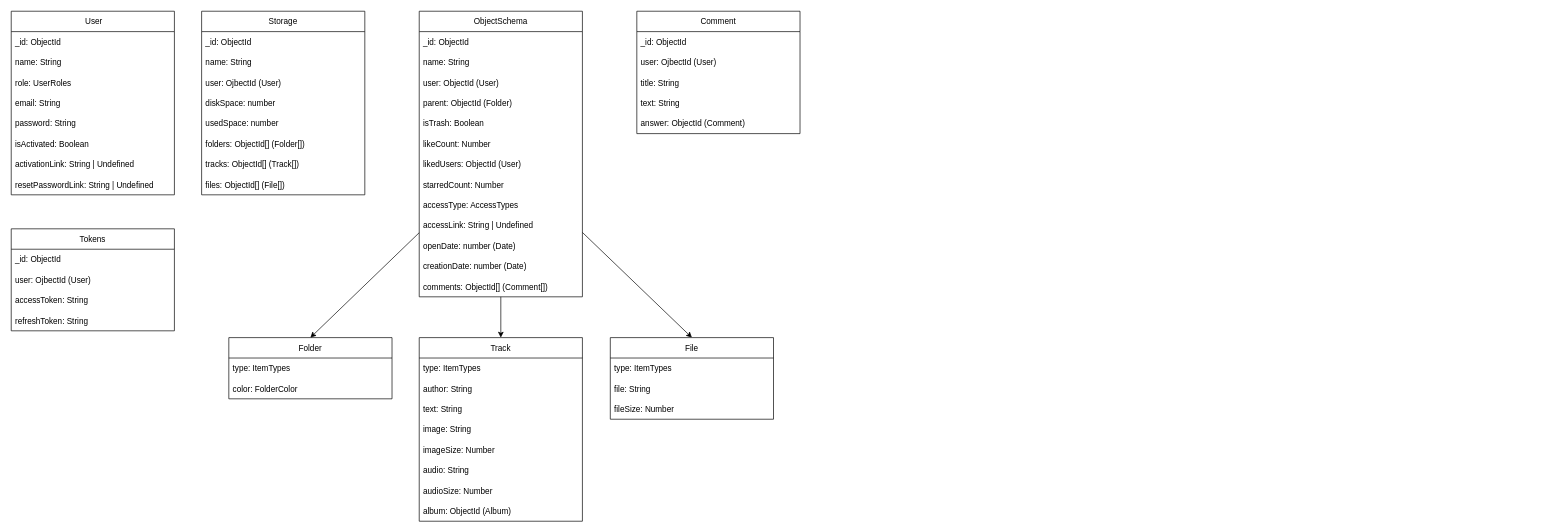
This is page "База данных" (2 of 2) of project.drawio from WheatleyCODE/storage-server, a draw.io file, before an edit. Source tidied: cells renumbered, new cells numbered last; positions are measured from the earlier drawing's top-left corner, leaving out a move shared by most shapes. Both pictures are drawn from the tidied source at 68%, with x=0, y=0 at pixel (11, 11).
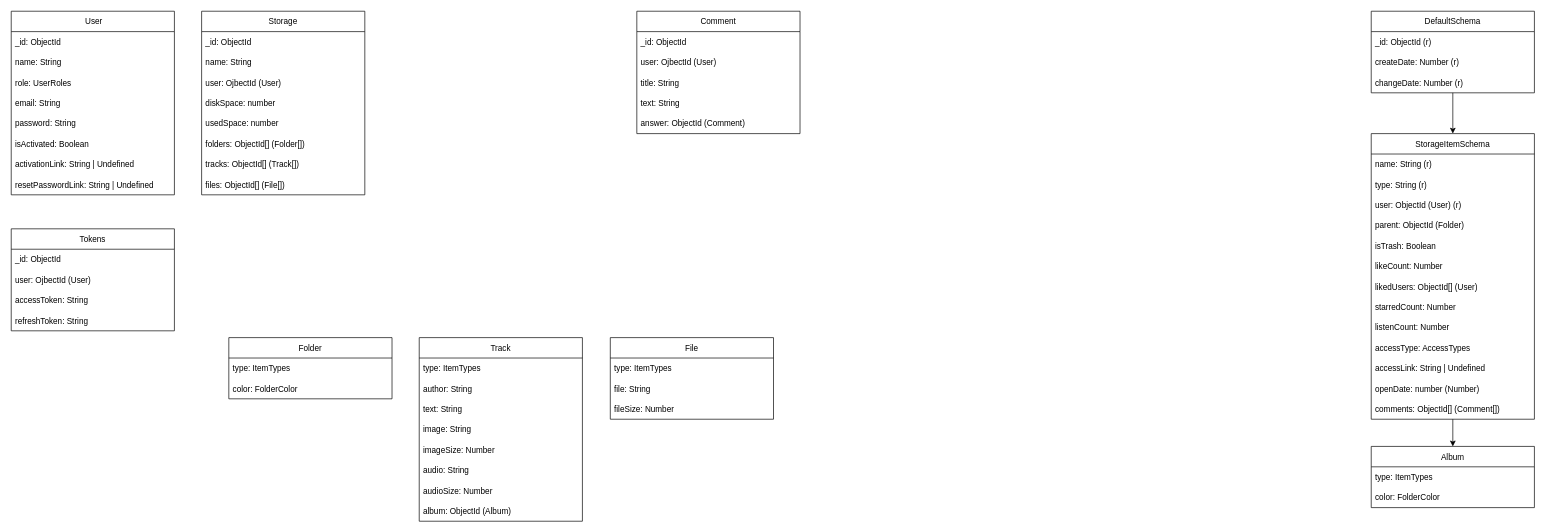
The same diagram, later.

The change refers to these unchanged cells:
```xml
<mxCell id="11" value="Folder" style="swimlane;fontStyle=0;horizontal=1;startSize=30;" parent="1" vertex="1">
  <mxGeometry x="320" y="480" width="240" height="90" as="geometry" />
</mxCell>
<mxCell id="45" value="Track" style="swimlane;fontStyle=0;horizontal=1;startSize=30;" parent="1" vertex="1">
  <mxGeometry x="600" y="480" width="240" height="270" as="geometry" />
</mxCell>
<mxCell id="54" value="File" style="swimlane;fontStyle=0;horizontal=1;startSize=30;" parent="1" vertex="1">
  <mxGeometry x="881" y="480" width="240" height="120" as="geometry" />
</mxCell>
```

What changed in the source:
```diff
@@
-    <mxCell id="28" style="edgeStyle=none;html=1;entryX=0.5;entryY=0;entryDx=0;entryDy=0;" parent="1" edge="1" source="31" target="45">
-      <mxGeometry relative="1" as="geometry" />
-    </mxCell>
-    <mxCell id="29" style="edgeStyle=none;html=1;entryX=0.5;entryY=0;entryDx=0;entryDy=0;" parent="1" edge="1" source="31" target="11">
-      <mxGeometry relative="1" as="geometry" />
-    </mxCell>
-    <mxCell id="30" style="edgeStyle=none;html=1;entryX=0.5;entryY=0;entryDx=0;entryDy=0;" parent="1" edge="1" source="31" target="54">
-      <mxGeometry relative="1" as="geometry" />
-    </mxCell>
+    <mxCell id="64" style="edgeStyle=none;html=1;entryX=0.5;entryY=0;entryDx=0;entryDy=0;" parent="1" edge="1" source="31" target="72">
+      <mxGeometry relative="1" as="geometry" />
+    </mxCell>
-    <mxCell id="31" value="ObjectSchema" style="swimlane;fontStyle=0;horizontal=1;startSize=30;" parent="1" vertex="1">
-      <mxGeometry x="600" width="240" height="420" as="geometry" />
+    <mxCell id="31" value="StorageItemSchema" style="swimlane;fontStyle=0;horizontal=1;startSize=30;" parent="1" vertex="1">
+      <mxGeometry x="2000" y="180" width="240" height="420" as="geometry" />
     </mxCell>
-    <mxCell id="32" value="_id: ObjectId" style="text;strokeColor=none;fillColor=none;align=left;verticalAlign=middle;spacingLeft=4;spacingRight=4;overflow=hidden;" parent="31" vertex="1">
-      <mxGeometry y="30" width="240" height="30" as="geometry" />
-    </mxCell>
-    <mxCell id="33" value="name: String" style="text;strokeColor=none;fillColor=none;align=left;verticalAlign=middle;spacingLeft=4;spacingRight=4;overflow=hidden;" parent="31" vertex="1">
-      <mxGeometry y="60" width="240" height="30" as="geometry" />
+    <mxCell id="33" value="name: String (r)" style="text;strokeColor=none;fillColor=none;align=left;verticalAlign=middle;spacingLeft=4;spacingRight=4;overflow=hidden;" parent="31" vertex="1">
+      <mxGeometry y="30" width="240" height="30" as="geometry" />
     </mxCell>
+    <mxCell id="65" value="type: String (r)" style="text;strokeColor=none;fillColor=none;align=left;verticalAlign=middle;spacingLeft=4;spacingRight=4;overflow=hidden;" parent="31" vertex="1">
+      <mxGeometry y="60" width="240" height="30" as="geometry" />
+    </mxCell>
-    <mxCell id="34" value="user: ObjectId (User)" style="text;strokeColor=none;fillColor=none;align=left;verticalAlign=middle;spacingLeft=4;spacingRight=4;overflow=hidden;" parent="31" vertex="1">
+    <mxCell id="34" value="user: ObjectId (User) (r)" style="text;strokeColor=none;fillColor=none;align=left;verticalAlign=middle;spacingLeft=4;spacingRight=4;overflow=hidden;" parent="31" vertex="1">
       <mxGeometry y="90" width="240" height="30" as="geometry" />
     </mxCell>
@@
-    <mxCell id="38" value="likedUsers: ObjectId (User)" style="text;strokeColor=none;fillColor=none;align=left;verticalAlign=middle;spacingLeft=4;spacingRight=4;overflow=hidden;" parent="31" vertex="1">
+    <mxCell id="38" value="likedUsers: ObjectId[] (User)" style="text;strokeColor=none;fillColor=none;align=left;verticalAlign=middle;spacingLeft=4;spacingRight=4;overflow=hidden;" parent="31" vertex="1">
       <mxGeometry y="210" width="240" height="30" as="geometry" />
     </mxCell>
@@
+    <mxCell id="66" value="listenCount: Number" style="text;strokeColor=none;fillColor=none;align=left;verticalAlign=middle;spacingLeft=4;spacingRight=4;overflow=hidden;" parent="31" vertex="1">
+      <mxGeometry y="270" width="240" height="30" as="geometry" />
+    </mxCell>
     <mxCell id="40" value="accessType: AccessTypes" style="text;strokeColor=none;fillColor=none;align=left;verticalAlign=middle;spacingLeft=4;spacingRight=4;overflow=hidden;" parent="31" vertex="1">
-      <mxGeometry y="270" width="240" height="30" as="geometry" />
+      <mxGeometry y="300" width="240" height="30" as="geometry" />
     </mxCell>
     <mxCell id="41" value="accessLink: String | Undefined" style="text;strokeColor=none;fillColor=none;align=left;verticalAlign=middle;spacingLeft=4;spacingRight=4;overflow=hidden;" parent="31" vertex="1">
-      <mxGeometry y="300" width="240" height="30" as="geometry" />
+      <mxGeometry y="330" width="240" height="30" as="geometry" />
     </mxCell>
-    <mxCell id="42" value="openDate: number (Date)" style="text;strokeColor=none;fillColor=none;align=left;verticalAlign=middle;spacingLeft=4;spacingRight=4;overflow=hidden;" parent="31" vertex="1">
-      <mxGeometry y="330" width="240" height="30" as="geometry" />
+    <mxCell id="42" value="openDate: number (Number)" style="text;strokeColor=none;fillColor=none;align=left;verticalAlign=middle;spacingLeft=4;spacingRight=4;overflow=hidden;" parent="31" vertex="1">
+      <mxGeometry y="360" width="240" height="30" as="geometry" />
     </mxCell>
-    <mxCell id="43" value="creationDate: number (Date)" style="text;strokeColor=none;fillColor=none;align=left;verticalAlign=middle;spacingLeft=4;spacingRight=4;overflow=hidden;" parent="31" vertex="1">
-      <mxGeometry y="360" width="240" height="30" as="geometry" />
-    </mxCell>
@@
+    <mxCell id="67" style="edgeStyle=none;html=1;exitX=0.5;exitY=1;exitDx=0;exitDy=0;entryX=0.5;entryY=0;entryDx=0;entryDy=0;" parent="1" edge="1" source="68" target="31">
+      <mxGeometry relative="1" as="geometry" />
+    </mxCell>
+    <mxCell id="68" value="DefaultSchema" style="swimlane;fontStyle=0;horizontal=1;startSize=30;" parent="1" vertex="1">
+      <mxGeometry x="2000" width="240" height="120" as="geometry" />
+    </mxCell>
+    <mxCell id="69" value="_id: ObjectId (r)" style="text;strokeColor=none;fillColor=none;align=left;verticalAlign=middle;spacingLeft=4;spacingRight=4;overflow=hidden;" parent="68" vertex="1">
+      <mxGeometry y="30" width="240" height="30" as="geometry" />
+    </mxCell>
+    <mxCell id="70" value="createDate: Number (r)" style="text;strokeColor=none;fillColor=none;align=left;verticalAlign=middle;spacingLeft=4;spacingRight=4;overflow=hidden;" parent="68" vertex="1">
+      <mxGeometry y="60" width="240" height="30" as="geometry" />
+    </mxCell>
+    <mxCell id="71" value="changeDate: Number (r)" style="text;strokeColor=none;fillColor=none;align=left;verticalAlign=middle;spacingLeft=4;spacingRight=4;overflow=hidden;" parent="68" vertex="1">
+      <mxGeometry y="90" width="240" height="30" as="geometry" />
+    </mxCell>
+    <mxCell id="72" value="Album" style="swimlane;fontStyle=0;horizontal=1;startSize=30;" parent="1" vertex="1">
+      <mxGeometry x="2000" y="640" width="240" height="90" as="geometry" />
+    </mxCell>
+    <mxCell id="73" value="type: ItemTypes" style="text;strokeColor=none;fillColor=none;align=left;verticalAlign=middle;spacingLeft=4;spacingRight=4;overflow=hidden;" parent="72" vertex="1">
+      <mxGeometry y="30" width="240" height="30" as="geometry" />
+    </mxCell>
+    <mxCell id="74" value="color: FolderColor" style="text;strokeColor=none;fillColor=none;align=left;verticalAlign=middle;spacingLeft=4;spacingRight=4;overflow=hidden;" parent="72" vertex="1">
+      <mxGeometry y="60" width="240" height="30" as="geometry" />
+    </mxCell>
```
